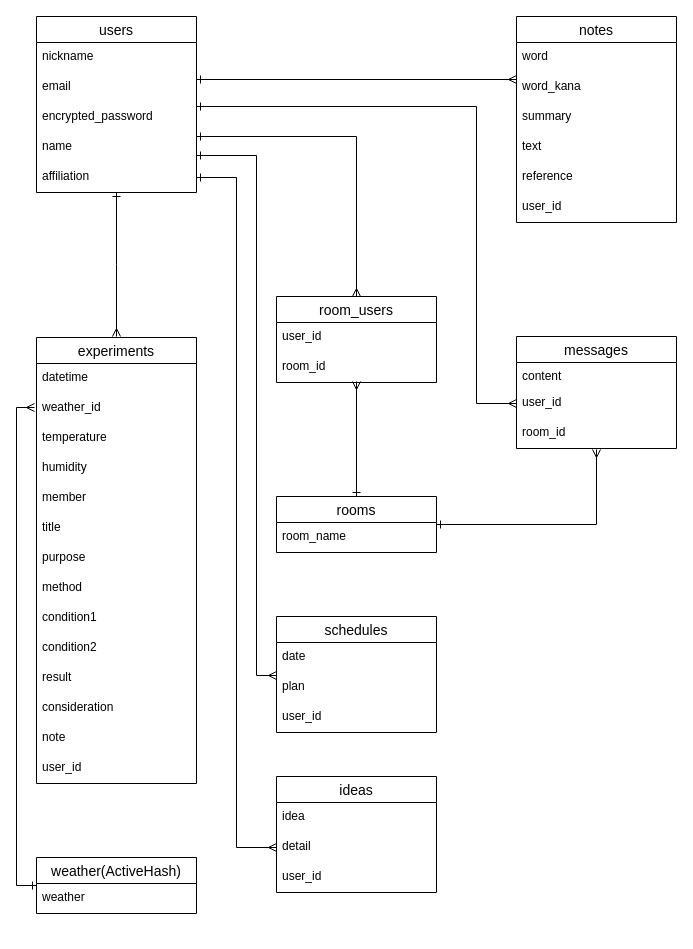
The draw.io diagram support_lab.dio in 30155/support_lab, before the edit. Source tidied: cells renumbered, new cells numbered last; positions are measured from the earlier drawing's top-left corner, leaving out a move shared by most shapes. Both pictures are drawn from the tidied source at 100%, with x=0, y=0 at pixel (16, 16).
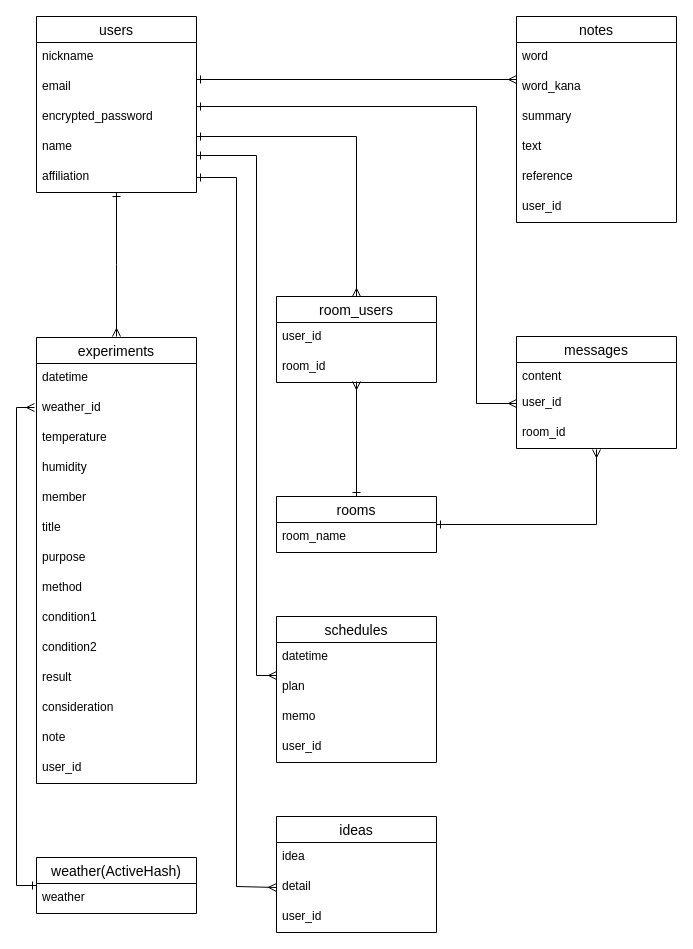
Above is the later version.

Unchanged cells that the change refers to:
```xml
<mxCell id="16" value="affiliation" style="text;strokeColor=none;fillColor=none;spacingLeft=4;spacingRight=4;overflow=hidden;points=[[0,0.5],[1,0.5]];portConstraint=eastwest;fontSize=12;" parent="11" vertex="1">
  <mxGeometry y="146" width="160" height="30" as="geometry" />
</mxCell>
<mxCell id="37" value="detail" style="text;strokeColor=none;fillColor=none;spacingLeft=4;spacingRight=4;overflow=hidden;points=[[0,0.5],[1,0.5]];portConstraint=eastwest;fontSize=12;" parent="35" vertex="1">
  <mxGeometry y="56" width="160" height="30" as="geometry" />
</mxCell>
```

What changed in the source:
```diff
@@
     <mxCell id="30" value="schedules" style="swimlane;fontStyle=0;horizontal=1;startSize=26;align=center;fontSize=14;" parent="1" vertex="1">
-      <mxGeometry x="260" y="600" width="160" height="116" as="geometry" />
+      <mxGeometry x="260" y="600" width="160" height="146" as="geometry" />
     </mxCell>
-    <mxCell id="31" value="date" style="text;strokeColor=none;fillColor=none;spacingLeft=4;spacingRight=4;overflow=hidden;fontSize=12;" parent="30" vertex="1">
+    <mxCell id="31" value="datetime" style="text;strokeColor=none;fillColor=none;spacingLeft=4;spacingRight=4;overflow=hidden;fontSize=12;" parent="30" vertex="1">
       <mxGeometry y="26" width="160" height="30" as="geometry" />
     </mxCell>
@@
+    <mxCell id="58" value="memo" style="text;strokeColor=none;fillColor=none;spacingLeft=4;spacingRight=4;overflow=hidden;fontSize=12;" parent="30" vertex="1">
+      <mxGeometry y="86" width="160" height="30" as="geometry" />
+    </mxCell>
     <mxCell id="33" value="user_id" style="text;strokeColor=none;fillColor=none;spacingLeft=4;spacingRight=4;overflow=hidden;fontSize=12;" parent="30" vertex="1">
-      <mxGeometry y="86" width="160" height="30" as="geometry" />
+      <mxGeometry y="116" width="160" height="30" as="geometry" />
     </mxCell>
@@
     <mxCell id="35" value="ideas" style="swimlane;fontStyle=0;horizontal=1;startSize=26;align=center;fontSize=14;" parent="1" vertex="1">
-      <mxGeometry x="260" y="760" width="160" height="116" as="geometry" />
+      <mxGeometry x="260" y="800" width="160" height="116" as="geometry" />
     </mxCell>
@@
     <mxCell id="39" style="edgeStyle=orthogonalEdgeStyle;rounded=0;jettySize=auto;html=1;startArrow=ERone;startFill=0;endArrow=ERmany;endFill=0;entryX=0;entryY=0.5;entryDx=0;entryDy=0;" parent="1" edge="1" source="16" target="37">
       <mxGeometry relative="1" as="geometry">
         <Array as="points">
           <mxPoint x="220" y="161" />
-          <mxPoint x="220" y="831" />
+          <mxPoint x="220" y="870" />
         </Array>
       </mxGeometry>
     </mxCell>
```
